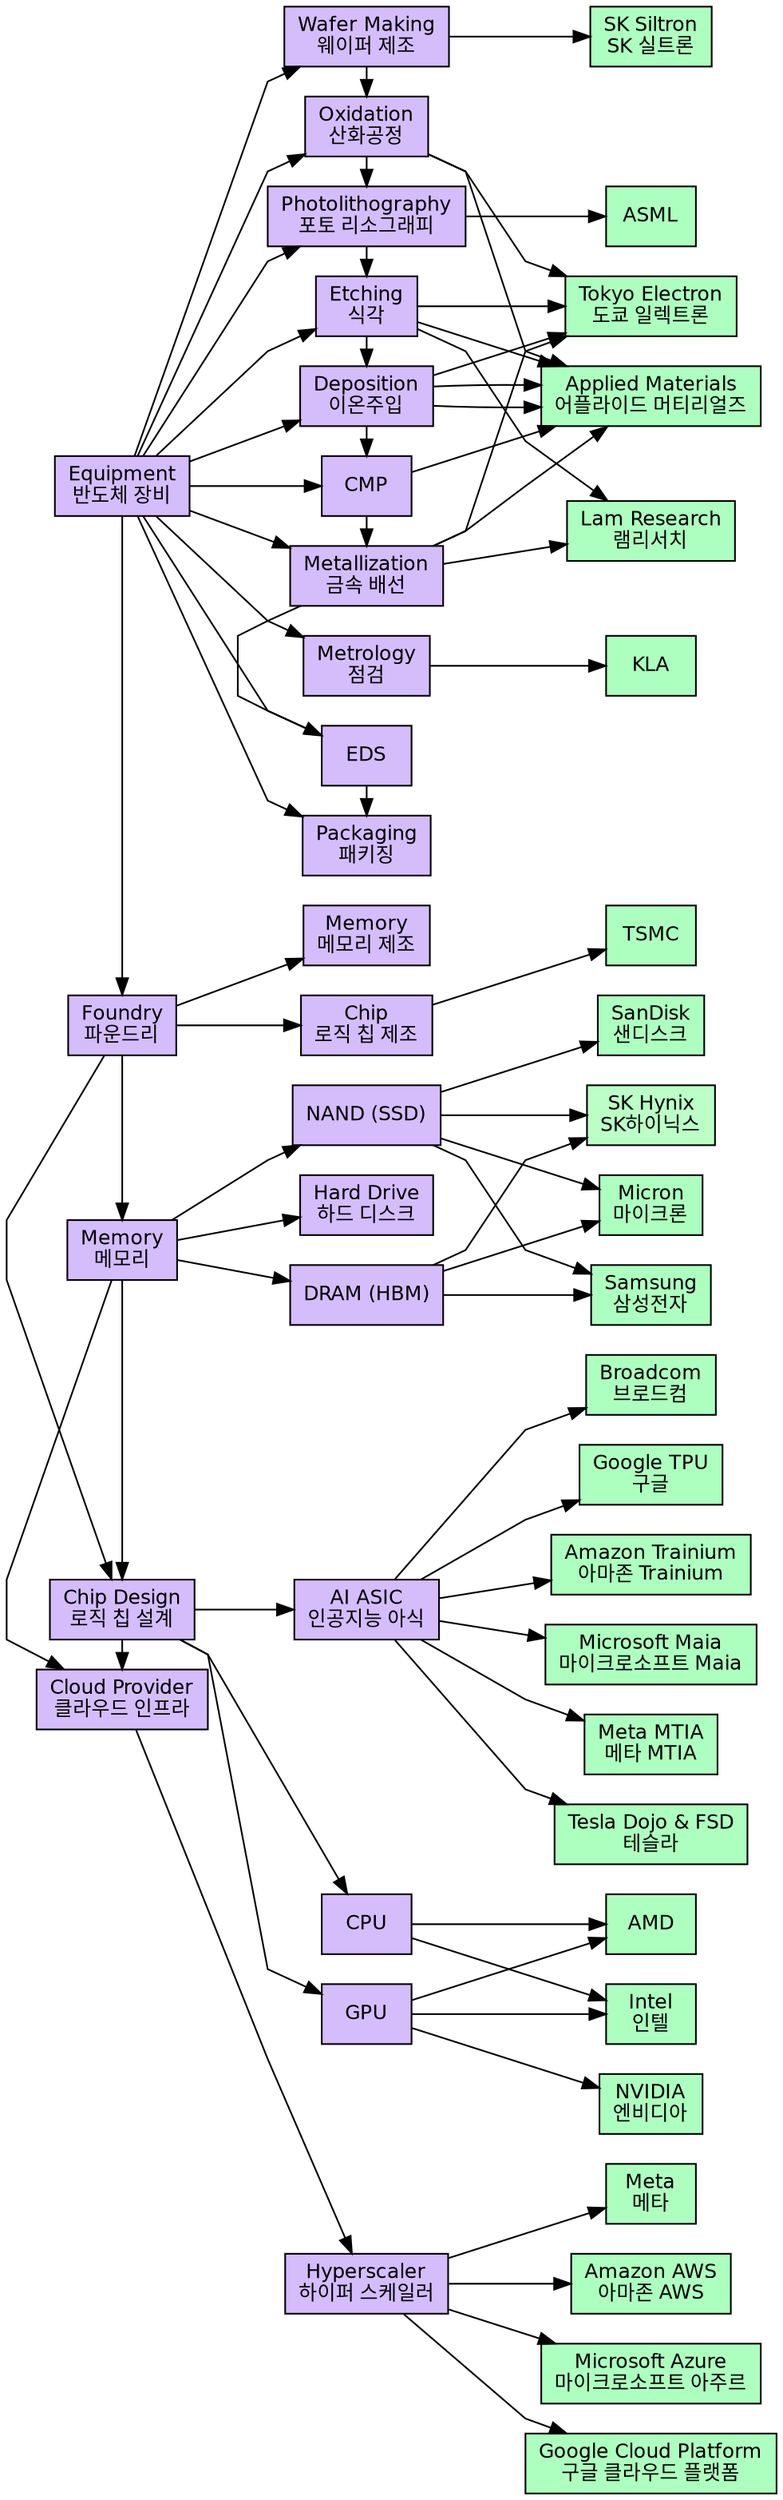
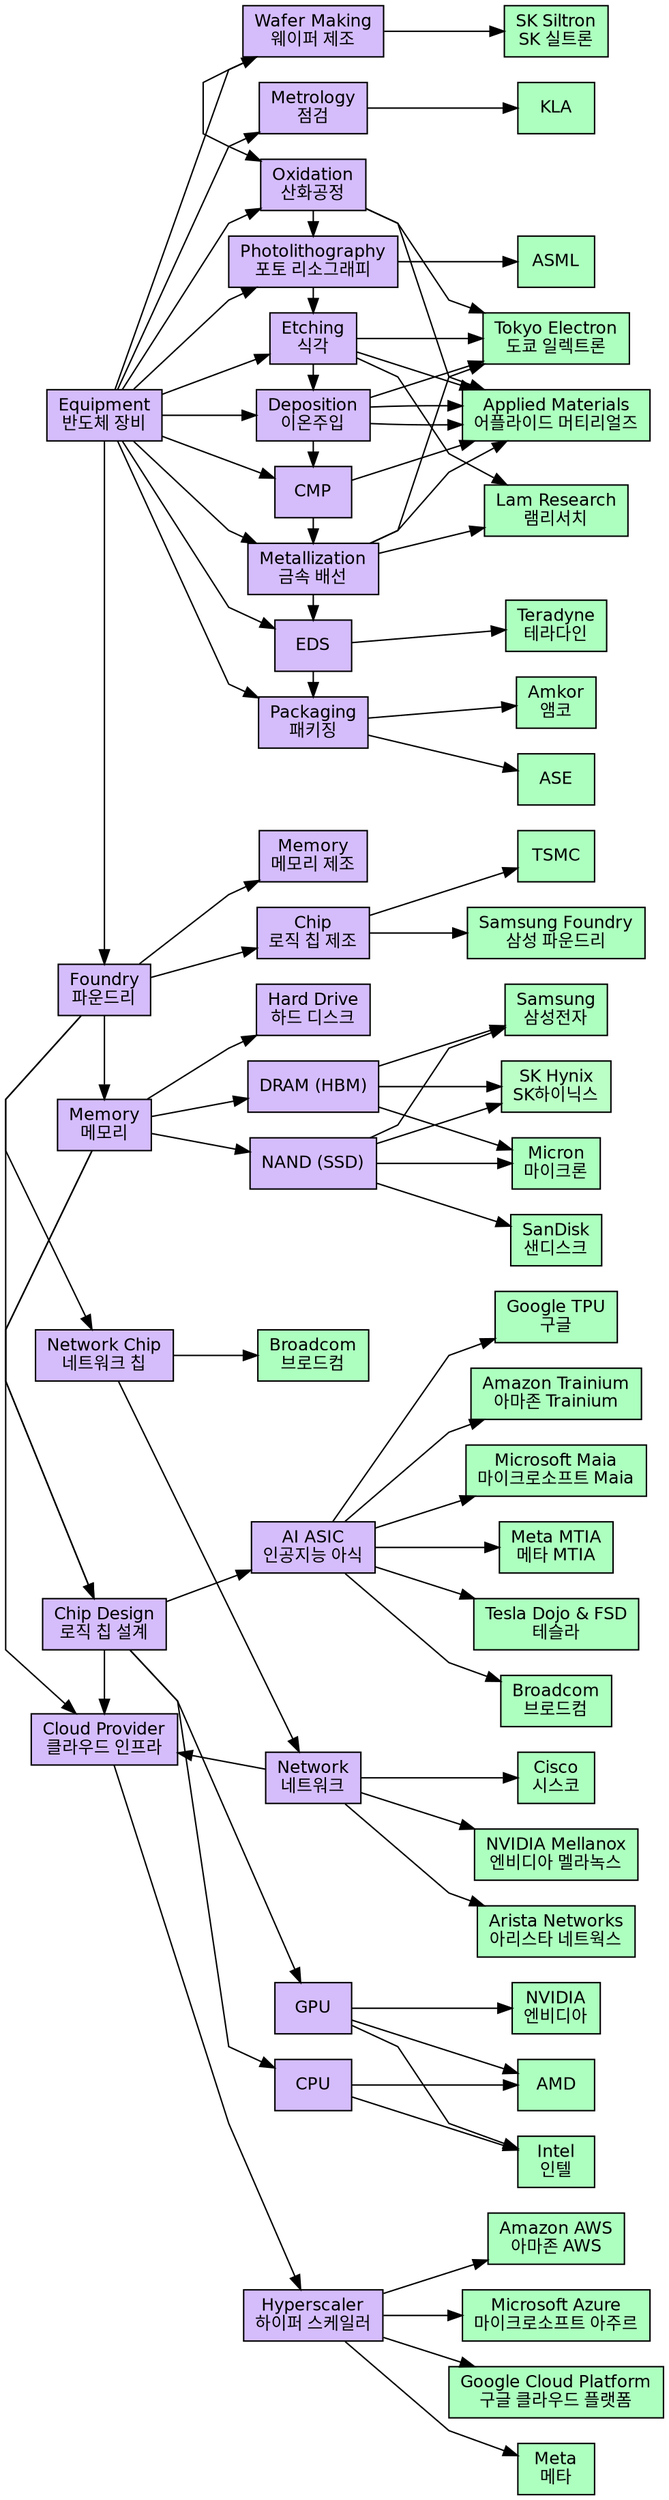
digraph call_graph {
    graph [rankdir=LR, splines=polyline, fontname="Helvetica"]
    node  [fontname="Helvetica", fontsize=12, style=filled]
    edge  [fontname="Helvetica", fontsize=10]

    TSM  [label="TSMC", shape=box, fillcolor="#adffbf", URL="https://finance.yahoo.com/quote/TSM/", target="_blank"]
+     SamsungFoundry  [label="Samsung Foundry\n삼성 파운드리", shape=box, fillcolor="#adffbf", URL="https://finance.yahoo.com/quote/TSM/", target="_blank"]

    AWS  [label="Amazon AWS\n아마존 AWS", shape=box, fillcolor="#adffbf", URL="https://finance.yahoo.com/quote/AMZN/", target="_blank"]
    Azure  [label="Microsoft Azure\n마이크로소프트 아주르", shape=box, fillcolor="#adffbf", URL="https://finance.yahoo.com/quote/MSFT/", target="_blank"]
    GCP  [label="Google Cloud Platform\n구글 클라우드 플랫폼", shape=box, fillcolor="#adffbf", URL="https://finance.yahoo.com/quote/GOOGL/", target="_blank"]
    META  [label="Meta\n메타", shape=box, fillcolor="#adffbf", URL="https://finance.yahoo.com/quote/META/", target="_blank"]


    Cloud  [label="Cloud Provider\n클라우드 인프라", shape=box, fillcolor="#d5bdfc", target="_blank"]
    Hyperscaler  [label="Hyperscaler\n하이퍼 스케일러", shape=box, fillcolor="#d5bdfc", target="_blank"]

    Foundry  [label="Foundry\n파운드리", shape=box, fillcolor="#d5bdfc", target="_blank"]
    LogicFoundry  [label="Chip\n로직 칩 제조", shape=box, fillcolor="#d5bdfc", target="_blank"]
    MemoryFoundry  [label="Memory\n메모리 제조", shape=box, fillcolor="#d5bdfc", target="_blank"]

    Memory  [label="Memory\n메모리", shape=box, fillcolor="#d5bdfc", target="_blank"]
    DRAM  [label="DRAM (HBM)", shape=box, fillcolor="#d5bdfc", target="_blank"]
    NAND  [label="NAND (SSD)", shape=box, fillcolor="#d5bdfc", target="_blank"]
    HDD  [label="Hard Drive\n하드 디스크", shape=box, fillcolor="#d5bdfc", target="_blank"]
    Samsung [label="Samsung\n삼성전자", shape=box, fillcolor="#adffbf", URL="https://finance.yahoo.com/quote/005930.KS/", target="_blank"]
    SKHynix  [label="SK Hynix\nSK하이닉스", shape=box, fillcolor="#bbffc7", URL="https://finance.yahoo.com/quote/000660.KS/", target="_blank"]
    MU  [label="Micron\n마이크론", shape=box, fillcolor="#adffbf", URL="https://finance.yahoo.com/quote/MU/", target="_blank"]
    SNDK  [label="SanDisk\n샌디스크", shape=box, fillcolor="#adffbf", URL="https://finance.yahoo.com/quote/SNDK/", target="_blank"]

    Memory  [label="Memory\n메모리", shape=box, fillcolor="#d5bdfc", target="_blank"]
    DRAM  [label="DRAM (HBM)", shape=box, fillcolor="#d5bdfc", target="_blank"]
    NAND  [label="NAND (SSD)", shape=box, fillcolor="#d5bdfc", target="_blank"]
    HDD  [label="Hard Drive\n하드 디스크", shape=box, fillcolor="#d5bdfc", target="_blank"]

    Chip  [label="Chip Design\n로직 칩 설계", shape=box, fillcolor="#d5bdfc", target="_blank"]
    GPU  [label="GPU", shape=box, fillcolor="#d5bdfc", target="_blank"]
    CPU  [label="CPU", shape=box, fillcolor="#d5bdfc", target="_blank"]
    AI_ASIC  [label="AI ASIC\n인공지능 아식", shape=box, fillcolor="#d5bdfc", target="_blank"]

-     Chip -> GPU
-     Chip -> CPU
-     Chip -> AI_ASIC
-     GPU -> NVDA
-     GPU -> AMD
-     GPU -> INTC
-     CPU -> INTC
-     CPU -> AMD
-     AI_ASIC -> AVGO
-     AI_ASIC -> GOOGL_TPU
-     AI_ASIC -> Trainium
-     AI_ASIC -> Maia
-     AI_ASIC -> MTIA
-     AI_ASIC -> Dojo
- 
    NVDA  [label="NVIDIA\n엔비디아", shape=box, fillcolor="#adffbf", URL="https://finance.yahoo.com/quote/NVDA/", target="_blank"]
    AMD  [label="AMD", shape=box, fillcolor="#adffbf", URL="https://finance.yahoo.com/quote/AMD/", target="_blank"]
    INTC  [label="Intel\n인텔", shape=box, fillcolor="#adffbf", URL="https://finance.yahoo.com/quote/INTC/", target="_blank"]
    AVGO  [label="Broadcom\n브로드컴", shape=box, fillcolor="#adffbf", URL="https://finance.yahoo.com/quote/INTC/", target="_blank"]
    GOOGL_TPU  [label="Google TPU\n구글", shape=box, fillcolor="#adffbf", URL="https://finance.yahoo.com/quote/INTC/", target="_blank"]
    Trainium [label="Amazon Trainium\n아마존 Trainium", shape=box, fillcolor="#adffbf", URL="https://finance.yahoo.com/quote/INTC/", target="_blank"]
    Maia [label="Microsoft Maia\n마이크로소프트 Maia", shape=box, fillcolor="#adffbf", URL="https://finance.yahoo.com/quote/INTC/", target="_blank"]
    MTIA [label="Meta MTIA\n메타 MTIA", shape=box, fillcolor="#adffbf", URL="https://finance.yahoo.com/quote/INTC/", target="_blank"]
    Dojo [label="Tesla Dojo & FSD\n테슬라", shape=box, fillcolor="#adffbf", URL="https://finance.yahoo.com/quote/INTC/", target="_blank"]

    Equipment  [label="Equipment\n반도체 장비", shape=box, fillcolor="#d5bdfc", target="_blank"]
    Wafer  [label="Wafer Making\n웨이퍼 제조", shape=box, fillcolor="#d5bdfc", target="_blank"]
    Oxidation  [label="Oxidation\n산화공정", shape=box, fillcolor="#d5bdfc", target="_blank"]
    Lithography  [label="Photolithography\n포토 리소그래피", shape=box, fillcolor="#d5bdfc", target="_blank"]
    Etching  [label="Etching\n식각", shape=box, fillcolor="#d5bdfc", target="_blank"]
    Deposition  [label="Deposition\n이온주입", shape=box, fillcolor="#d5bdfc", target="_blank"]
    CMP  [label="CMP", shape=box, fillcolor="#d5bdfc", target="_blank"]
    Metallization  [label="Metallization\n금속 배선", shape=box, fillcolor="#d5bdfc", target="_blank"]
    EDS [label="EDS", shape=box, fillcolor="#d5bdfc", target="_blank"]
    Packaging  [label="Packaging\n패키징", shape=box, fillcolor="#d5bdfc", target="_blank"]
    Metrology  [label="Metrology\n점검", shape=box, fillcolor="#d5bdfc", target="_blank"]

    SK_Siltron  [label="SK Siltron\nSK 실트론", shape=box, fillcolor="#adffbf", target="_blank"]
    TEL [label="Tokyo Electron\n도쿄 일렉트론", shape=box, fillcolor="#adffbf", target="_blank"]
    AMAT  [label="Applied Materials\n어플라이드 머티리얼즈", shape=box, fillcolor="#adffbf", URL="https://finance.yahoo.com/quote/META/", target="_blank"]
    LRCX  [label="Lam Research\n램리서치", shape=box, fillcolor="#adffbf", URL="https://finance.yahoo.com/quote/LRCX/", target="_blank"]
    ASML  [label="ASML", shape=box, fillcolor="#adffbf", URL="https://finance.yahoo.com/quote/ASML/", target="_blank"]
    KLAC [label="KLA", shape=box, fillcolor="#adffbf", URL="https://finance.yahoo.com/quote/LRCX/", target="_blank"]
+     TER [label="Teradyne\n테라다인", shape=box, fillcolor="#adffbf", URL="https://finance.yahoo.com/quote/TER/", target="_blank"]
+     ASX [label="ASE", shape=box, fillcolor="#adffbf", URL="https://finance.yahoo.com/quote/ASE/", target="_blank"]
+     AMKR [label="Amkor\n앰코", shape=box, fillcolor="#adffbf", URL="https://finance.yahoo.com/quote/ASE/", target="_blank"]
+ 
+     Network  [label="Network\n네트워크", shape=box, fillcolor="#d5bdfc", target="_blank"]
+     ANET [label="Arista Networks\n아리스타 네트웍스", shape=box, fillcolor="#adffbf", URL="https://finance.yahoo.com/quote/ASE/", target="_blank"]
+     CSCO [label="Cisco\n시스코", shape=box, fillcolor="#adffbf", URL="https://finance.yahoo.com/quote/ASE/", target="_blank"]
+     Mellanox [label="NVIDIA Mellanox\n엔비디아 멜라녹스", shape=box, fillcolor="#adffbf", URL="https://finance.yahoo.com/quote/ASE/", target="_blank"]
+ 
+     Network_Chip  [label="Network Chip\n네트워크 칩", shape=box, fillcolor="#d5bdfc", target="_blank"]
+     AVGO_Network [label="Broadcom\n브로드컴", shape=box, fillcolor="#adffbf", URL="https://finance.yahoo.com/quote/ASE/", target="_blank"]

    Equipment -> Wafer
    Equipment -> Oxidation
    Equipment -> Lithography
    Equipment -> Etching
    Equipment -> Deposition
    Equipment -> CMP
    Equipment -> Metallization
    Equipment -> EDS
    Equipment -> Packaging
    Equipment -> Metrology
    subgraph {
        rank=same
        Wafer
        Oxidation
        Lithography
        Etching
        Deposition
        CMP
        Metallization
        EDS
        Packaging
    }
    Wafer -> Oxidation -> Lithography -> Etching -> Deposition -> CMP -> Metallization -> EDS -> Packaging
    Wafer -> SK_Siltron
    Oxidation -> TEL
    Oxidation -> AMAT
    Lithography -> ASML
    Etching -> LRCX
    Etching -> AMAT
    Etching -> TEL
    Deposition -> AMAT
    Deposition -> AMAT
    Deposition -> TEL
    CMP -> AMAT
    Metallization -> AMAT
    Metallization -> LRCX
    Metallization -> TEL
+     EDS -> TER
+     Packaging -> ASX
+     Packaging -> AMKR
    Metrology -> KLAC

    Foundry -> LogicFoundry
    Foundry -> MemoryFoundry
    LogicFoundry -> TSM
- 
+     LogicFoundry -> SamsungFoundry
    Memory -> DRAM
    Memory -> NAND
    Memory -> HDD
    DRAM -> SKHynix
    DRAM -> Samsung
    DRAM -> MU
    NAND -> SKHynix
    NAND -> Samsung
    NAND -> MU
    NAND -> SNDK

+     Chip -> GPU
+     Chip -> CPU
+     Chip -> AI_ASIC
+     GPU -> NVDA
+     GPU -> AMD
+     GPU -> INTC
+     CPU -> INTC
+     CPU -> AMD
+     AI_ASIC -> AVGO
+     AI_ASIC -> GOOGL_TPU
+     AI_ASIC -> Trainium
+     AI_ASIC -> Maia
+     AI_ASIC -> MTIA
+     AI_ASIC -> Dojo
+ 
+     Network_Chip -> AVGO_Network
+ 
+     Network -> ANET
+     Network -> CSCO
+     Network -> Mellanox

    Cloud -> Hyperscaler
    Hyperscaler -> AWS
    Hyperscaler -> Azure
    Hyperscaler -> GCP
    Hyperscaler -> META

    subgraph {
        rank=same
        Equipment
        Foundry
        Memory
        Chip
+         Network_Chip
        Cloud
    }
+ 

    Equipment -> Foundry
    Foundry -> Chip
    Foundry -> Memory
+     Foundry -> Network_Chip
+     Network_Chip -> Network
+     Network -> Cloud
    Memory -> Chip
    Memory -> Cloud
    Chip -> Cloud

- 
}